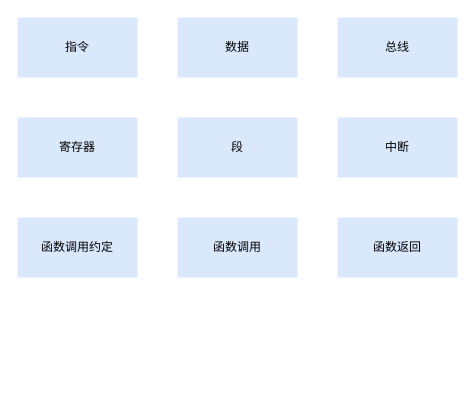
Earlier version of the draw.io diagram assembly_language_knowledge_points.drawio (ZiqingYip/moment). Source tidied: cells renumbered, new cells numbered last; positions are measured from the earlier drawing's top-left corner, leaving out a move shared by most shapes. Both pictures are drawn from the tidied source at 100%, with x=0, y=0 at pixel (17, 17).
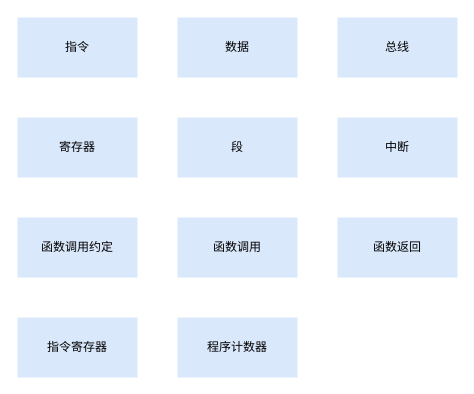
The same diagram, later.

What changed in the source:
```diff
@@
 <mxGraphModel>
   <root>
     <mxCell id="0" />
     <mxCell id="1" parent="0" />
     <mxCell id="2" value="指令" style="rounded=0;whiteSpace=wrap;html=1;fillColor=#dae8fc;strokeColor=none;" parent="1" vertex="1">
       <mxGeometry width="120" height="60" as="geometry" />
     </mxCell>
     <mxCell id="3" value="数据" style="rounded=0;whiteSpace=wrap;html=1;fillColor=#dae8fc;strokeColor=none;" parent="1" vertex="1">
       <mxGeometry x="160" width="120" height="60" as="geometry" />
     </mxCell>
     <mxCell id="4" value="总线" style="rounded=0;whiteSpace=wrap;html=1;fillColor=#dae8fc;strokeColor=none;" parent="1" vertex="1">
       <mxGeometry x="320" width="120" height="60" as="geometry" />
     </mxCell>
     <mxCell id="5" value="寄存器" style="rounded=0;whiteSpace=wrap;html=1;fillColor=#dae8fc;strokeColor=none;" parent="1" vertex="1">
       <mxGeometry y="100" width="120" height="60" as="geometry" />
     </mxCell>
     <mxCell id="6" value="段" style="rounded=0;whiteSpace=wrap;html=1;fillColor=#dae8fc;strokeColor=none;" parent="1" vertex="1">
       <mxGeometry x="160" y="100" width="120" height="60" as="geometry" />
     </mxCell>
     <mxCell id="7" value="函数调用" style="rounded=0;whiteSpace=wrap;html=1;fillColor=#dae8fc;strokeColor=none;" parent="1" vertex="1">
       <mxGeometry x="160" y="200" width="120" height="60" as="geometry" />
     </mxCell>
     <mxCell id="8" value="函数返回" style="rounded=0;whiteSpace=wrap;html=1;fillColor=#dae8fc;strokeColor=none;" parent="1" vertex="1">
       <mxGeometry x="320" y="200" width="120" height="60" as="geometry" />
     </mxCell>
     <mxCell id="9" value="中断" style="rounded=0;whiteSpace=wrap;html=1;fillColor=#dae8fc;strokeColor=none;" parent="1" vertex="1">
       <mxGeometry x="320" y="100" width="120" height="60" as="geometry" />
     </mxCell>
     <mxCell id="10" value="函数调用约定" style="rounded=0;whiteSpace=wrap;html=1;fillColor=#dae8fc;strokeColor=none;" parent="1" vertex="1">
       <mxGeometry y="200" width="120" height="60" as="geometry" />
     </mxCell>
+    <mxCell id="11" value="指令寄存器" style="rounded=0;whiteSpace=wrap;html=1;fillColor=#dae8fc;strokeColor=none;" parent="1" vertex="1">
+      <mxGeometry y="300" width="120" height="60" as="geometry" />
+    </mxCell>
+    <mxCell id="12" value="程序计数器" style="rounded=0;whiteSpace=wrap;html=1;fillColor=#dae8fc;strokeColor=none;" parent="1" vertex="1">
+      <mxGeometry x="160" y="300" width="120" height="60" as="geometry" />
+    </mxCell>
   </root>
 </mxGraphModel>
```
